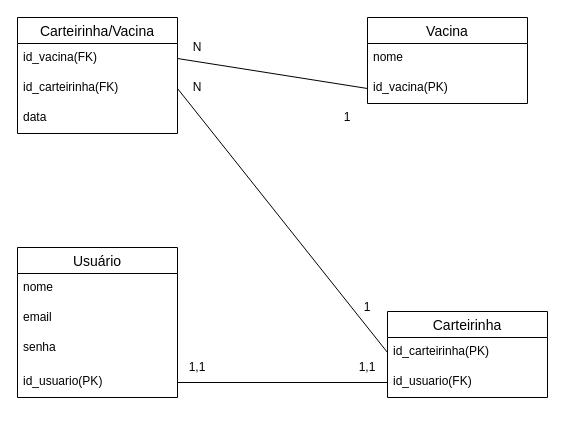
This is documentacao/der.drawio from Carlozo/Vaprotec-carteira-de-vacina-digital, a draw.io file, before an edit. Source tidied: cells renumbered, new cells numbered last; positions are measured from the earlier drawing's top-left corner, leaving out a move shared by most shapes. Both pictures are drawn from the tidied source at 100%, with x=0, y=0 at pixel (17, 17).
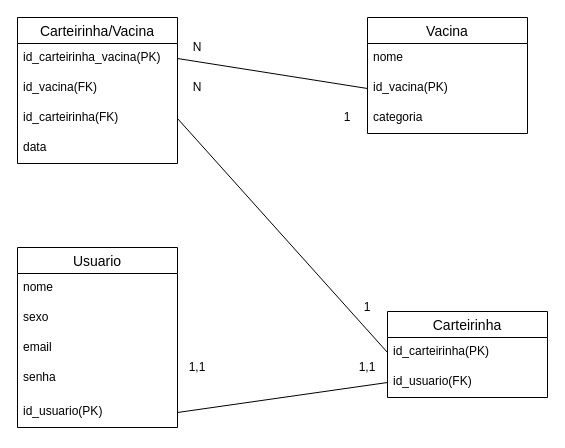
Above is the later version.

What changed in the source:
```diff
@@
-    <mxCell id="2" value="Usuário" style="swimlane;fontStyle=0;horizontal=1;startSize=26;align=center;fontSize=14;" parent="1" vertex="1">
-      <mxGeometry y="230" width="160" height="150" as="geometry" />
+    <mxCell id="2" value="Usuario" style="swimlane;fontStyle=0;horizontal=1;startSize=26;align=center;fontSize=14;" parent="1" vertex="1">
+      <mxGeometry y="230" width="160" height="180" as="geometry" />
     </mxCell>
@@
+    <mxCell id="26" value="sexo" style="text;strokeColor=none;fillColor=none;spacingLeft=4;spacingRight=4;overflow=hidden;fontSize=12;" parent="2" vertex="1">
+      <mxGeometry y="56" width="160" height="30" as="geometry" />
+    </mxCell>
     <mxCell id="4" value="email" style="text;strokeColor=none;fillColor=none;spacingLeft=4;spacingRight=4;overflow=hidden;fontSize=12;" parent="2" vertex="1">
-      <mxGeometry y="56" width="160" height="30" as="geometry" />
+      <mxGeometry y="86" width="160" height="30" as="geometry" />
     </mxCell>
     <mxCell id="5" value="senha" style="text;strokeColor=none;fillColor=none;spacingLeft=4;spacingRight=4;overflow=hidden;fontSize=12;" parent="2" vertex="1">
-      <mxGeometry y="86" width="160" height="34" as="geometry" />
+      <mxGeometry y="116" width="160" height="34" as="geometry" />
     </mxCell>
     <mxCell id="6" value="id_usuario(PK)" style="text;strokeColor=none;fillColor=none;spacingLeft=4;spacingRight=4;overflow=hidden;points=[[0,0.5],[1,0.5]];portConstraint=eastwest;fontSize=12;" parent="2" vertex="1">
-      <mxGeometry y="120" width="160" height="30" as="geometry" />
+      <mxGeometry y="150" width="160" height="30" as="geometry" />
     </mxCell>
     <mxCell id="7" value="Carteirinha/Vacina" style="swimlane;fontStyle=0;horizontal=1;startSize=26;align=center;fontSize=14;" parent="1" vertex="1">
-      <mxGeometry width="160" height="116" as="geometry" />
+      <mxGeometry width="160" height="146" as="geometry" />
     </mxCell>
-    <mxCell id="8" value="id_vacina(FK)" style="text;strokeColor=none;fillColor=none;spacingLeft=4;spacingRight=4;overflow=hidden;points=[[0,0.5],[1,0.5]];portConstraint=eastwest;fontSize=12;" parent="7" vertex="1">
+    <mxCell id="8" value="id_carteirinha_vacina(PK)" style="text;strokeColor=none;fillColor=none;spacingLeft=4;spacingRight=4;overflow=hidden;points=[[0,0.5],[1,0.5]];portConstraint=eastwest;fontSize=12;" parent="7" vertex="1">
       <mxGeometry y="26" width="160" height="30" as="geometry" />
     </mxCell>
+    <mxCell id="27" value="id_vacina(FK)" style="text;strokeColor=none;fillColor=none;spacingLeft=4;spacingRight=4;overflow=hidden;fontSize=12;" parent="7" vertex="1">
+      <mxGeometry y="56" width="160" height="30" as="geometry" />
+    </mxCell>
     <mxCell id="9" value="id_carteirinha(FK)" style="text;strokeColor=none;fillColor=none;spacingLeft=4;spacingRight=4;overflow=hidden;points=[[0,0.5],[1,0.5]];portConstraint=eastwest;fontSize=12;" parent="7" vertex="1">
-      <mxGeometry y="56" width="160" height="30" as="geometry" />
+      <mxGeometry y="86" width="160" height="30" as="geometry" />
     </mxCell>
     <mxCell id="10" value="data" style="text;strokeColor=none;fillColor=none;spacingLeft=4;spacingRight=4;overflow=hidden;fontSize=12;" parent="7" vertex="1">
-      <mxGeometry y="86" width="160" height="30" as="geometry" />
+      <mxGeometry y="116" width="160" height="30" as="geometry" />
     </mxCell>
@@
     <mxCell id="14" value="Vacina" style="swimlane;fontStyle=0;horizontal=1;startSize=26;align=center;fontSize=14;" parent="1" vertex="1">
-      <mxGeometry x="350" width="160" height="86" as="geometry" />
+      <mxGeometry x="350" width="160" height="116" as="geometry" />
     </mxCell>
@@
+    <mxCell id="28" value="categoria" style="text;strokeColor=none;fillColor=none;spacingLeft=4;spacingRight=4;overflow=hidden;fontSize=12;" parent="14" vertex="1">
+      <mxGeometry y="86" width="160" height="30" as="geometry" />
+    </mxCell>
```
